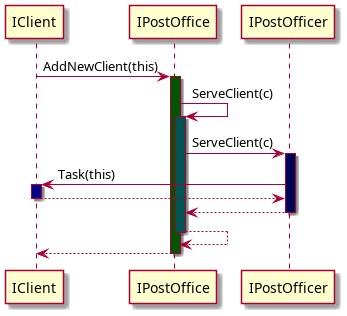
kpodlaski/ProgASP_2025-26 keeps this PlantUML diagram as diagrams/PostOffice/PostOffice.png. Above is the earlier version. Source of this version:
```plantuml
@startuml
IClient -> IPostOffice ++ #005500 : AddNewClient(this)
    IPostOffice -> IPostOffice ++ #005555: ServeClient(c)
        IPostOffice -> IPostOfficer ++ #000055: ServeClient(c)
            IPostOfficer -> IClient++ #000088: Task(this)
            return
        return
    return
return
@enduml
```
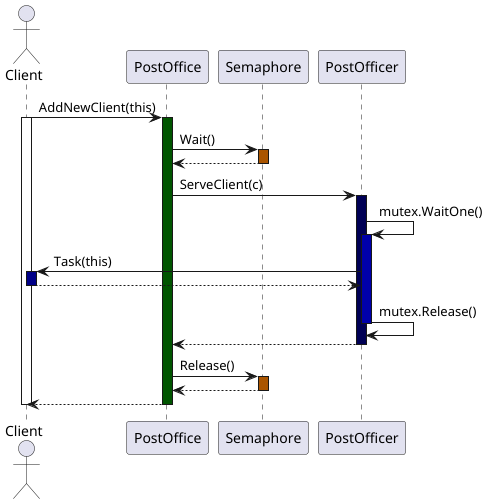
After the change.

Change to the diagram source:
```diff
@@ -1,10 +1,28 @@
 @startuml
-IClient -> IPostOffice ++ #005500 : AddNewClient(this)
-    IPostOffice -> IPostOffice ++ #005555: ServeClient(c)
-        IPostOffice -> IPostOfficer ++ #000055: ServeClient(c)
-            IPostOfficer -> IClient++ #000088: Task(this)
-            return
-        return
-    return
-return
+actor Client
+participant PostOffice
+participant Semaphore
+participant PostOfficer
+
+Client -> PostOffice ++ #005500 : AddNewClient(this)
+activate Client
+
+PostOffice -> Semaphore ++ #AA5500 : Wait()
+Semaphore --> PostOffice -- #AA5500
+
+PostOffice -> PostOfficer ++ #000055: ServeClient(c)
+    PostOfficer -> PostOfficer ++ #0000AA : mutex.WaitOne()
+    PostOfficer -> Client ++ #000088: Task(this)
+    Client --> PostOfficer
+    deactivate Client
+    PostOfficer -> PostOfficer -- #0000AA : mutex.Release()
+PostOfficer --> PostOffice
+deactivate PostOfficer
+
+PostOffice -> Semaphore ++ #AA5500 : Release()
+Semaphore --> PostOffice -- #AA5500
+
+PostOffice --> Client
+deactivate PostOffice
+deactivate Client
 @enduml
```
